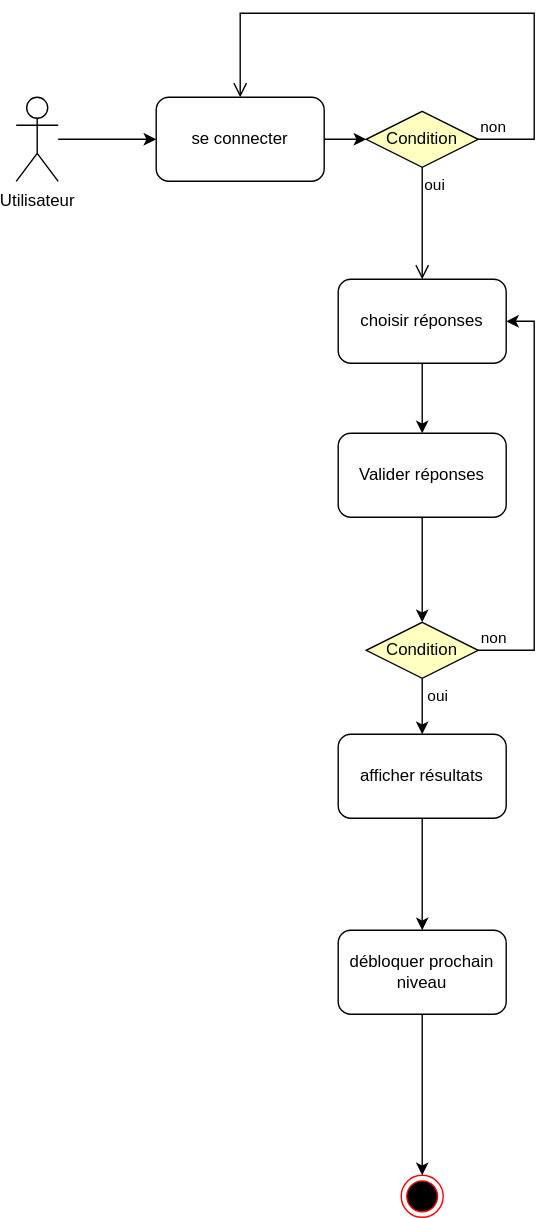
Before: niv 1/diagramme d'activité niv 1.svg, a diagram exported from draw.io (Oreki2004/Projet-Final-6TTSI). Source tidied: cells renumbered, new cells last; positions are measured from the earlier drawing's top-left corner, leaving out a move shared by most shapes.
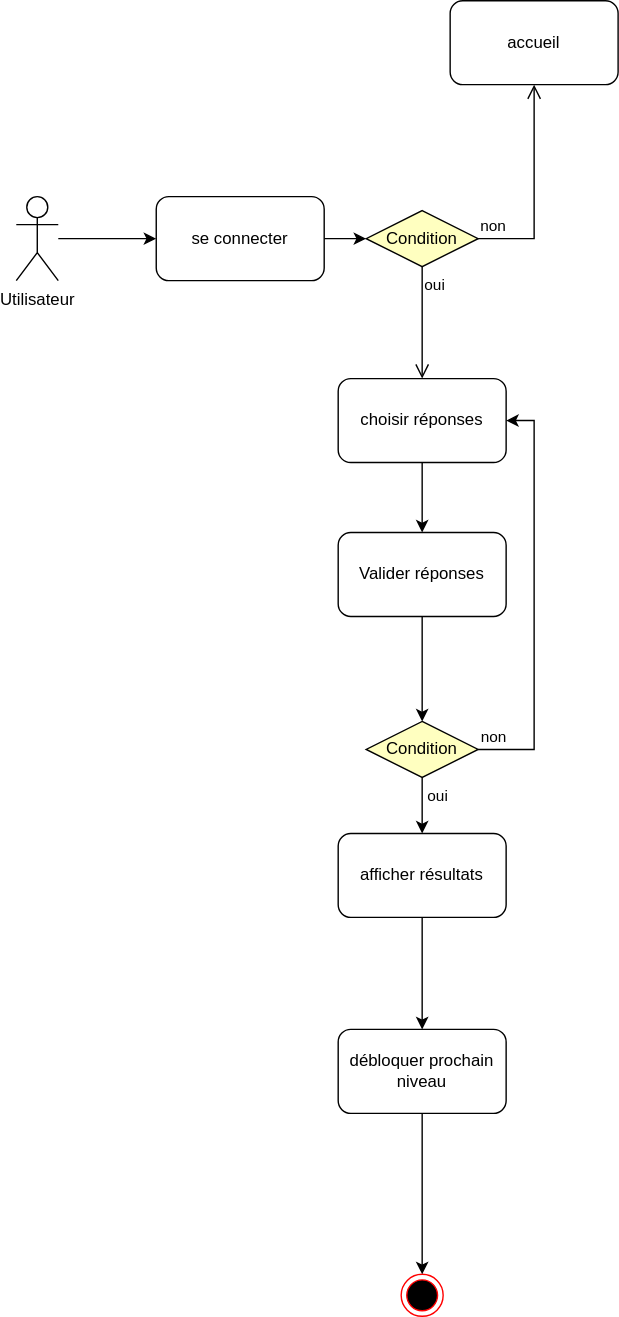
After the change.

Commit message:
Mettre à jour diagramme d'activité niv 1.svg

Diff of the diagram source:
```diff
@@ -23,12 +23,12 @@
     <mxCell id="8" value="Condition" style="rhombus;whiteSpace=wrap;html=1;fontColor=#000000;fillColor=#ffffc0;strokeColor=#000000;" parent="1" vertex="1">
       <mxGeometry x="250" y="70" width="80" height="40" as="geometry" />
     </mxCell>
-    <mxCell id="9" value="non" style="edgeStyle=orthogonalEdgeStyle;html=1;align=left;verticalAlign=bottom;endArrow=open;endSize=8;strokeColor=#000000;rounded=0;entryX=0.5;entryY=0;entryDx=0;entryDy=0;" parent="1" edge="1" source="8" target="5">
+    <mxCell id="9" value="non" style="edgeStyle=orthogonalEdgeStyle;html=1;align=left;verticalAlign=bottom;endArrow=open;endSize=8;strokeColor=#000000;rounded=0;" parent="1" edge="1" source="8">
       <mxGeometry x="-1" relative="1" as="geometry">
+        <mxPoint x="370" y="-20" as="targetPoint" />
         <Array as="points">
           <mxPoint x="370" y="90" />
-          <mxPoint x="370" />
-          <mxPoint x="160" />
+          <mxPoint x="370" y="-10" />
         </Array>
       </mxGeometry>
     </mxCell>
@@ -82,5 +82,8 @@
     <mxCell id="22" value="débloquer prochain niveau" style="whiteSpace=wrap;html=1;rounded=1;" parent="1" vertex="1">
       <mxGeometry x="230" y="655" width="120" height="60" as="geometry" />
     </mxCell>
+    <mxCell id="23" value="accueil" style="rounded=1;whiteSpace=wrap;html=1;" parent="1" vertex="1">
+      <mxGeometry x="310" y="-80" width="120" height="60" as="geometry" />
+    </mxCell>
   </root>
 </mxGraphModel>
```
